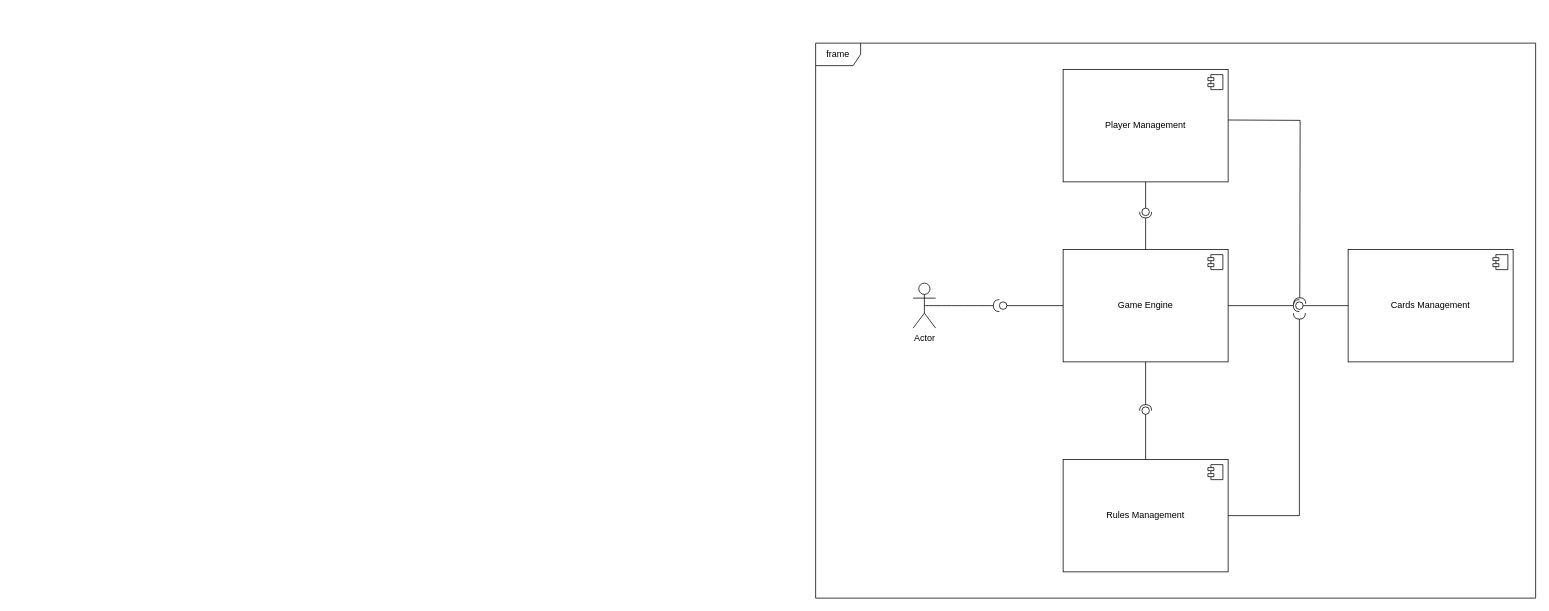
Above: Component.drawio in georgeslight/mau-mau (draw.io), before the change. Source tidied: cells renumbered, new cells numbered last; positions are measured from the earlier drawing's top-left corner, leaving out a move shared by most shapes. Both pictures are drawn from the tidied source at 75%, with x=0, y=0 at pixel (815, 43).
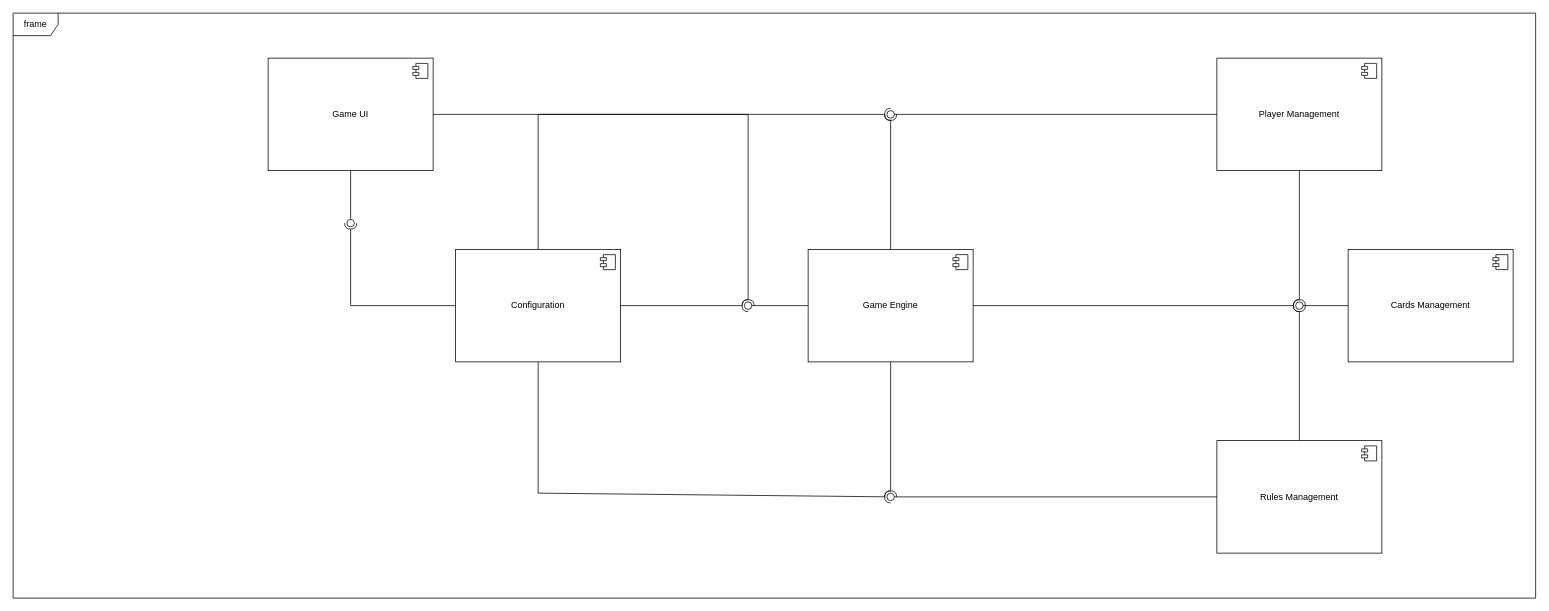
The same page after the edit.

What changed in the source:
```diff
@@
     <mxCell id="2" value="Game Engine" style="html=1;whiteSpace=wrap;" parent="1" vertex="1">
-      <mxGeometry x="330" y="275" width="220" height="150" as="geometry" />
+      <mxGeometry x="-10" y="275" width="220" height="150" as="geometry" />
     </mxCell>
@@
     <mxCell id="4" value="frame" style="shape=umlFrame;whiteSpace=wrap;html=1;" parent="1" vertex="1">
-      <mxGeometry width="960" height="740" as="geometry" />
+      <mxGeometry x="-1070" y="-40" width="2030" height="780" as="geometry" />
     </mxCell>
     <mxCell id="5" value="Player Management" style="html=1;whiteSpace=wrap;" parent="1" vertex="1">
-      <mxGeometry x="330" y="35" width="220" height="150" as="geometry" />
+      <mxGeometry x="535" y="20" width="220" height="150" as="geometry" />
     </mxCell>
@@
     <mxCell id="9" value="Rules Management" style="html=1;whiteSpace=wrap;" parent="1" vertex="1">
-      <mxGeometry x="330" y="555" width="220" height="150" as="geometry" />
+      <mxGeometry x="535" y="530" width="220" height="150" as="geometry" />
     </mxCell>
@@
-    <mxCell id="11" style="rounded=0;jettySize=auto;html=1;endArrow=halfCircle;endFill=0;endSize=6;strokeWidth=1;sketch=0;exitX=0.5;exitY=1;exitDx=0;exitDy=0;" parent="1" edge="1" source="2" target="13">
+    <mxCell id="11" style="rounded=0;jettySize=auto;html=1;endArrow=halfCircle;endFill=0;endSize=6;strokeWidth=1;sketch=0;exitX=0.5;exitY=1;exitDx=0;exitDy=0;entryX=1.2;entryY=1.454;entryDx=0;entryDy=0;entryPerimeter=0;" parent="1" edge="1" source="2" target="13">
       <mxGeometry relative="1" as="geometry" />
     </mxCell>
-    <mxCell id="12" style="rounded=0;jettySize=auto;html=1;endArrow=oval;endFill=0;sketch=0;sourcePerimeterSpacing=0;targetPerimeterSpacing=0;endSize=10;exitX=0.5;exitY=0;exitDx=0;exitDy=0;" parent="1" edge="1" source="9" target="13">
-      <mxGeometry relative="1" as="geometry" />
-    </mxCell>
-    <mxCell id="13" style="ellipse;whiteSpace=wrap;html=1;align=center;fillColor=none;strokeColor=none;perimeter=centerPerimeter;points=[];outlineConnect=1;" parent="1" vertex="1">
-      <mxGeometry x="435" y="485" width="10" height="10" as="geometry" />
-    </mxCell>
-    <mxCell id="14" style="rounded=0;orthogonalLoop=1;jettySize=auto;html=1;endArrow=halfCircle;endFill=0;endSize=6;strokeWidth=1;sketch=0;exitX=1;exitY=0.5;exitDx=0;exitDy=0;" parent="1" edge="1">
-      <mxGeometry relative="1" as="geometry">
-        <mxPoint x="550" y="350" as="sourcePoint" />
-        <mxPoint x="645" y="350" as="targetPoint" />
-      </mxGeometry>
+    <mxCell id="14" style="rounded=0;jettySize=auto;html=1;endArrow=halfCircle;endFill=0;endSize=6;strokeWidth=1;sketch=0;entryX=0.178;entryY=0.575;entryDx=0;entryDy=0;entryPerimeter=0;" parent="1" edge="1" source="2" target="26">
+      <mxGeometry relative="1" as="geometry" />
     </mxCell>
@@
-    <mxCell id="17" style="rounded=0;jettySize=auto;html=1;endArrow=halfCircle;endFill=0;endSize=6;strokeWidth=1;sketch=0;" parent="1" edge="1" source="2" target="19">
+    <mxCell id="17" style="rounded=0;jettySize=auto;html=1;endArrow=halfCircle;endFill=0;endSize=6;strokeWidth=1;sketch=0;entryX=0.576;entryY=0.053;entryDx=0;entryDy=0;entryPerimeter=0;" parent="1" edge="1" source="2" target="19">
       <mxGeometry relative="1" as="geometry" />
     </mxCell>
-    <mxCell id="18" style="rounded=0;jettySize=auto;html=1;endArrow=oval;endFill=0;sketch=0;sourcePerimeterSpacing=0;targetPerimeterSpacing=0;endSize=10;" parent="1" edge="1" source="5" target="19">
+    <mxCell id="18" style="rounded=0;jettySize=auto;html=1;endArrow=oval;endFill=0;sketch=0;sourcePerimeterSpacing=0;targetPerimeterSpacing=0;endSize=10;entryX=0.692;entryY=0.746;entryDx=0;entryDy=0;entryPerimeter=0;" parent="1" edge="1" source="5" target="19">
       <mxGeometry relative="1" as="geometry" />
     </mxCell>
     <mxCell id="19" style="ellipse;whiteSpace=wrap;html=1;align=center;fillColor=none;strokeColor=none;perimeter=centerPerimeter;points=[];outlineConnect=1;" parent="1" vertex="1">
-      <mxGeometry x="435" y="220" width="10" height="10" as="geometry" />
+      <mxGeometry x="95" y="90" width="10" height="10" as="geometry" />
     </mxCell>
     <mxCell id="20" style="rounded=0;jettySize=auto;html=1;endArrow=oval;endFill=0;sketch=0;sourcePerimeterSpacing=0;targetPerimeterSpacing=0;endSize=10;exitX=0;exitY=0.5;exitDx=0;exitDy=0;" parent="1" edge="1" source="2">
       <mxGeometry relative="1" as="geometry">
-        <mxPoint x="250" y="350" as="targetPoint" />
+        <mxPoint x="-90" y="350" as="targetPoint" />
       </mxGeometry>
     </mxCell>
     <mxCell id="21" style="ellipse;whiteSpace=wrap;html=1;align=center;fillColor=none;strokeColor=none;perimeter=centerPerimeter;" parent="1" vertex="1">
-      <mxGeometry x="215" y="320" width="10" height="10" as="geometry" />
+      <mxGeometry x="-125" y="320" width="10" height="10" as="geometry" />
     </mxCell>
-    <mxCell id="22" value="Actor" style="shape=umlActor;verticalLabelPosition=bottom;verticalAlign=top;html=1;" parent="1" vertex="1">
-      <mxGeometry x="130" y="320" width="30" height="60" as="geometry" />
-    </mxCell>
-    <mxCell id="23" style="rounded=0;jettySize=auto;html=1;endArrow=halfCircle;endFill=0;endSize=6;strokeWidth=1;sketch=0;fontSize=12;curved=1;exitX=0.5;exitY=0.5;exitDx=0;exitDy=0;exitPerimeter=0;entryX=-0.043;entryY=1.382;entryDx=0;entryDy=0;entryPerimeter=0;" parent="1" edge="1" source="22" target="24">
-      <mxGeometry relative="1" as="geometry" />
-    </mxCell>
     <mxCell id="24" style="ellipse;whiteSpace=wrap;html=1;align=center;fillColor=none;strokeColor=none;perimeter=centerPerimeter;points=[];outlineConnect=1;" parent="1" vertex="1">
-      <mxGeometry x="240" y="345" width="10" height="10" as="geometry" />
+      <mxGeometry x="-100" y="345" width="10" height="10" as="geometry" />
     </mxCell>
-    <mxCell id="25" style="rounded=0;jettySize=auto;html=1;endArrow=halfCircle;endFill=0;endSize=6;strokeWidth=1;sketch=0;fontSize=12;exitX=1;exitY=0.5;exitDx=0;exitDy=0;edgeStyle=orthogonalEdgeStyle;" parent="1" edge="1" source="9" target="26">
+    <mxCell id="25" style="rounded=0;jettySize=auto;html=1;endArrow=halfCircle;endFill=0;endSize=6;strokeWidth=1;sketch=0;fontSize=12;exitX=0.5;exitY=0;exitDx=0;exitDy=0;edgeStyle=orthogonalEdgeStyle;entryX=0.462;entryY=0.79;entryDx=0;entryDy=0;entryPerimeter=0;" parent="1" edge="1" source="9" target="26">
       <mxGeometry relative="1" as="geometry" />
     </mxCell>
     <mxCell id="26" style="ellipse;whiteSpace=wrap;html=1;align=center;fillColor=none;strokeColor=none;perimeter=centerPerimeter;points=[];outlineConnect=1;" parent="1" vertex="1">
-      <mxGeometry x="640" y="355" width="10" height="10" as="geometry" />
+      <mxGeometry x="640" y="345" width="10" height="10" as="geometry" />
     </mxCell>
-    <mxCell id="27" style="rounded=0;orthogonalLoop=1;jettySize=auto;html=1;endArrow=halfCircle;endFill=0;endSize=6;strokeWidth=1;sketch=0;fontSize=12;exitX=1;exitY=0.5;exitDx=0;exitDy=0;edgeStyle=orthogonalEdgeStyle;entryX=0.705;entryY=0.086;entryDx=0;entryDy=0;entryPerimeter=0;" parent="1" edge="1">
-      <mxGeometry relative="1" as="geometry">
-        <mxPoint x="550" y="102.5" as="sourcePoint" />
-        <mxPoint x="645.5" y="347.5" as="targetPoint" />
-      </mxGeometry>
+    <mxCell id="27" style="rounded=0;jettySize=auto;html=1;endArrow=halfCircle;endFill=0;endSize=6;strokeWidth=1;sketch=0;fontSize=12;exitX=0.5;exitY=1;exitDx=0;exitDy=0;edgeStyle=orthogonalEdgeStyle;entryX=0.462;entryY=0.188;entryDx=0;entryDy=0;entryPerimeter=0;" parent="1" edge="1" source="5" target="26">
+      <mxGeometry relative="1" as="geometry" />
     </mxCell>
+    <mxCell id="12" style="rounded=0;jettySize=auto;html=1;endArrow=oval;endFill=0;sketch=0;sourcePerimeterSpacing=0;targetPerimeterSpacing=0;endSize=10;exitX=0;exitY=0.5;exitDx=0;exitDy=0;" parent="1" edge="1" source="9" target="13">
+      <mxGeometry relative="1" as="geometry" />
+    </mxCell>
+    <mxCell id="13" style="ellipse;whiteSpace=wrap;html=1;align=center;fillColor=none;strokeColor=none;perimeter=centerPerimeter;points=[];outlineConnect=1;" parent="1" vertex="1">
+      <mxGeometry x="95" y="600" width="10" height="10" as="geometry" />
+    </mxCell>
+    <mxCell id="28" value="Game UI" style="html=1;whiteSpace=wrap;" parent="1" vertex="1">
+      <mxGeometry x="-730" y="20" width="220" height="150" as="geometry" />
+    </mxCell>
+    <mxCell id="29" style="shape=module;jettyWidth=8;jettyHeight=4;" parent="28" vertex="1">
+      <mxGeometry x="1" width="20" height="20" relative="1" as="geometry">
+        <mxPoint x="-27" y="7" as="offset" />
+      </mxGeometry>
+    </mxCell>
+    <mxCell id="30" value="Configuration" style="html=1;whiteSpace=wrap;" parent="1" vertex="1">
+      <mxGeometry x="-480" y="275" width="220" height="150" as="geometry" />
+    </mxCell>
+    <mxCell id="31" style="shape=module;jettyWidth=8;jettyHeight=4;" parent="30" vertex="1">
+      <mxGeometry x="1" width="20" height="20" relative="1" as="geometry">
+        <mxPoint x="-27" y="7" as="offset" />
+      </mxGeometry>
+    </mxCell>
+    <mxCell id="32" style="rounded=0;jettySize=auto;html=1;endArrow=halfCircle;endFill=0;endSize=6;strokeWidth=1;sketch=0;exitX=0.5;exitY=1;exitDx=0;exitDy=0;entryX=0.352;entryY=1.19;entryDx=0;entryDy=0;entryPerimeter=0;" parent="1" edge="1" source="30" target="13">
+      <mxGeometry relative="1" as="geometry">
+        <Array as="points">
+          <mxPoint x="-370" y="600" />
+        </Array>
+      </mxGeometry>
+    </mxCell>
+    <mxCell id="33" style="rounded=0;jettySize=auto;html=1;endArrow=halfCircle;endFill=0;endSize=6;strokeWidth=1;sketch=0;exitX=0.5;exitY=0;exitDx=0;exitDy=0;entryX=0.657;entryY=0.229;entryDx=0;entryDy=0;entryPerimeter=0;" parent="1" edge="1" source="30" target="19">
+      <mxGeometry relative="1" as="geometry">
+        <Array as="points">
+          <mxPoint x="-370" y="95" />
+        </Array>
+      </mxGeometry>
+    </mxCell>
+    <mxCell id="34" style="rounded=0;jettySize=auto;html=1;endArrow=halfCircle;endFill=0;endSize=6;strokeWidth=1;sketch=0;exitX=1;exitY=0.5;exitDx=0;exitDy=0;" parent="1" edge="1" source="30">
+      <mxGeometry relative="1" as="geometry">
+        <mxPoint x="-90" y="350" as="targetPoint" />
+      </mxGeometry>
+    </mxCell>
+    <mxCell id="35" style="rounded=0;jettySize=auto;html=1;endArrow=halfCircle;endFill=0;endSize=6;strokeWidth=1;sketch=0;exitX=1;exitY=0.5;exitDx=0;exitDy=0;" parent="1" edge="1" source="28">
+      <mxGeometry relative="1" as="geometry">
+        <mxPoint x="-90" y="350" as="targetPoint" />
+        <Array as="points">
+          <mxPoint x="-90" y="95" />
+        </Array>
+      </mxGeometry>
+    </mxCell>
+    <mxCell id="36" style="rounded=0;jettySize=auto;html=1;endArrow=oval;endFill=0;sketch=0;sourcePerimeterSpacing=0;targetPerimeterSpacing=0;endSize=10;exitX=0.5;exitY=1;exitDx=0;exitDy=0;" parent="1" edge="1" source="28">
+      <mxGeometry relative="1" as="geometry">
+        <mxPoint x="-620" y="240" as="targetPoint" />
+      </mxGeometry>
+    </mxCell>
+    <mxCell id="37" style="rounded=0;jettySize=auto;html=1;endArrow=halfCircle;endFill=0;endSize=6;strokeWidth=1;sketch=0;exitX=0;exitY=0.5;exitDx=0;exitDy=0;" parent="1" edge="1" source="30">
+      <mxGeometry relative="1" as="geometry">
+        <mxPoint x="-620" y="240" as="targetPoint" />
+        <Array as="points">
+          <mxPoint x="-620" y="350" />
+        </Array>
+      </mxGeometry>
+    </mxCell>
```
